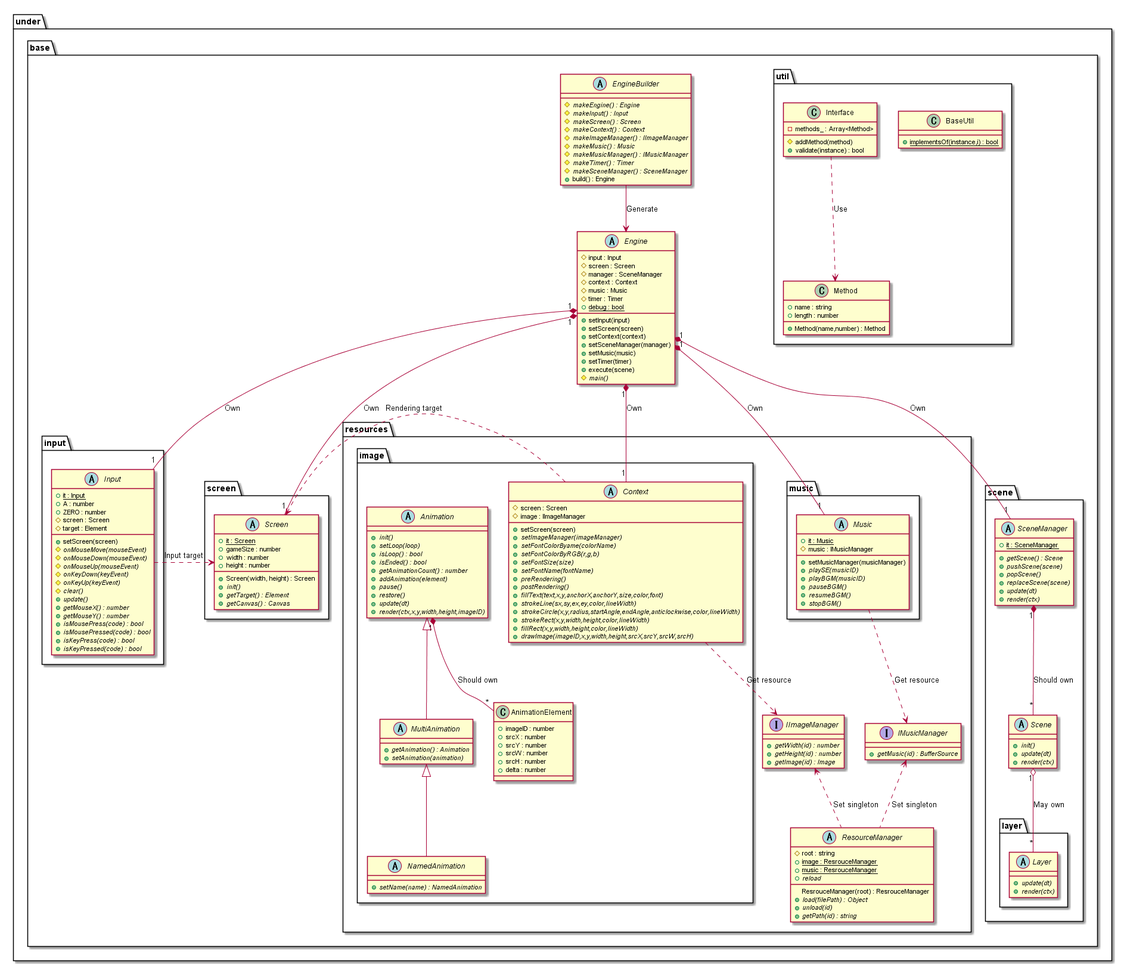
This is out/uml/gamebase/Base/GameBaseBase.png from Expine/Under, a PlantUML export, as it was before one commit.
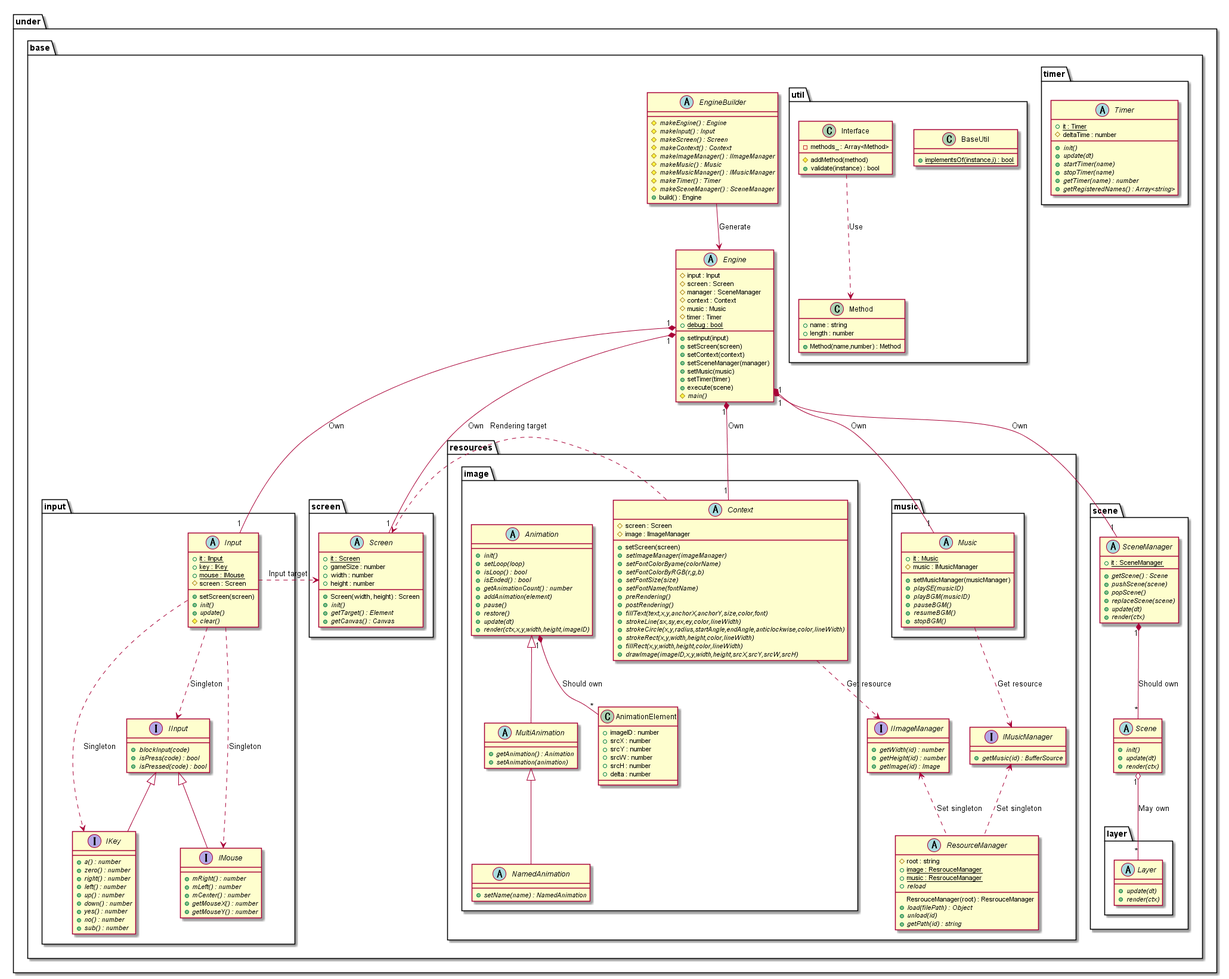
After the change.

Change to the diagram source:
```diff
@@ -34,25 +34,40 @@
 
         package input {
             abstract Input {
-                {static} +it : Input
-                +A : number
-                +ZERO : number
+                {static} +it : IInput
+                {static} +key : IKey
+                {static} +mouse : IMouse
                 #screen : Screen
-                #target : Element
                 +setScreen(screen)
-                {abstract} #onMouseMove(mouseEvent)
-                {abstract} #onMouseDown(mouseEvent)
-                {abstract} #onMouseUp(mouseEvent)
-                {abstract} #onKeyDown(keyEvent)
-                {abstract} #onKeyUp(keyEvent)
+                {abstract} +init()
+                {abstract} +update()
                 {abstract} #clear()
-                {abstract} +update()
+            }
+
+            interface IInput {
+                {abstract} +blockInput(code)
+                {abstract} +isPress(code) : bool
+                {abstract} +isPressed(code) : bool
+            }
+
+            interface IKey {
+                {abstract} +a() : number
+                {abstract} +zero() : number
+                {abstract} +right() : number
+                {abstract} +left() : number
+                {abstract} +up() : number
+                {abstract} +down() : number
+                {abstract} +yes() : number
+                {abstract} +no() : number
+                {abstract} +sub() : number
+            }
+
+            interface IMouse {
+                {abstract} +mRight() : number
+                {abstract} +mLeft() : number
+                {abstract} +mCenter() : number
                 {abstract} +getMouseX() : number
                 {abstract} +getMouseY() : number
-                {abstract} +isMousePress(code) : bool
-                {abstract} +isMousePressed(code) : bool
-                {abstract} +isKeyPress(code) : bool
-                {abstract} +isKeyPressed(code) : bool
             }
         }
 
@@ -176,6 +191,19 @@
             }
         }
 
+        package timer {
+            abstract Timer {
+                {static} +it : Timer
+                #deltaTime : number
+                {abstract} +init()
+                {abstract} +update(dt)
+                {abstract} +startTimer(name)
+                {abstract} +stopTimer(name)
+                {abstract} +getTimer(name) : number
+                {abstract} +getRegisteredNames() : Array<string>
+            }
+        }
+
         package util {
             class BaseUtil {
                 {static} +implementsOf(instance,i) : bool
@@ -204,6 +232,10 @@
 Input .> Screen : Input target
 Context .> Screen : Rendering target
 
+Input ..> IInput : Singleton
+Input ..> IKey : Singleton
+Input ..> IMouse : Singleton
+
 Context ..> IImageManager : Get resource
 Music ..> IMusicManager : Get resource
 IImageManager <.. ResourceManager : Set singleton
@@ -214,6 +246,9 @@
 
 Animation "1"*--"*"AnimationElement : Should own
 
+IInput <|-- IKey
+IInput <|-- IMouse
+
 Animation <|-- MultiAnimation
 MultiAnimation <|-- NamedAnimation
 
```
